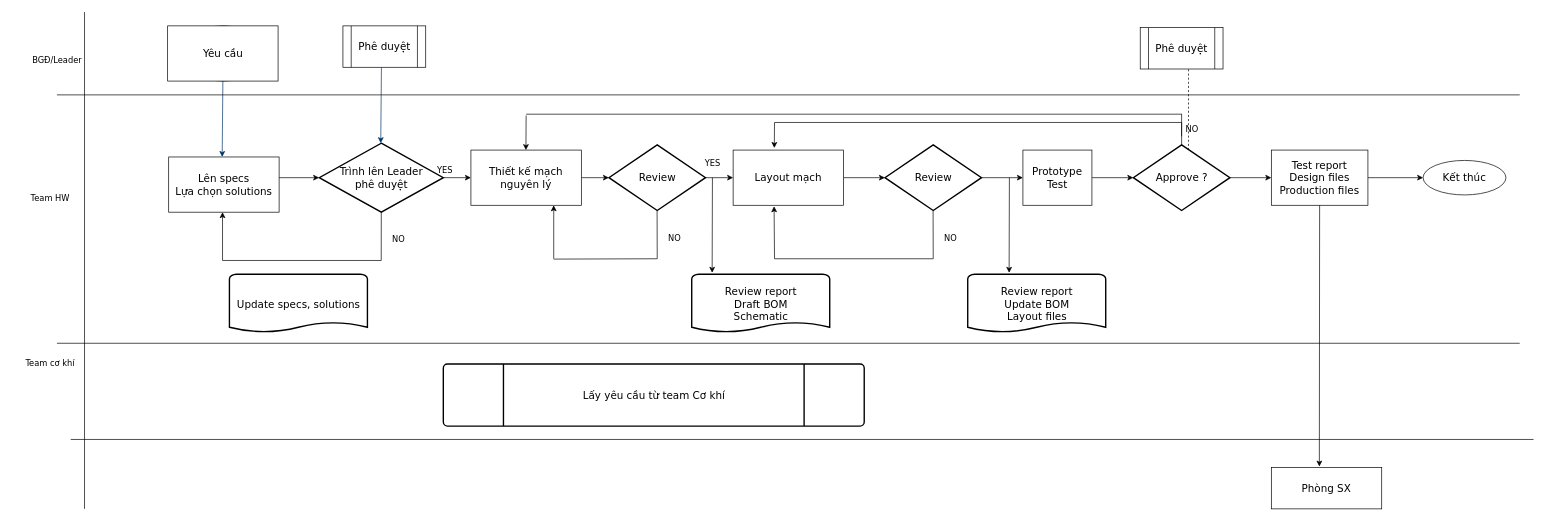
The draw.io diagram QuyTrinh.drawio in anhvanthe/01_my_drawio, before the edit. Source tidied: cells renumbered, new cells numbered last; positions are measured from the earlier drawing's top-left corner, leaving out a move shared by most shapes. Both pictures are drawn from the tidied source at 69%, with x=0, y=0 at pixel (19, 12).
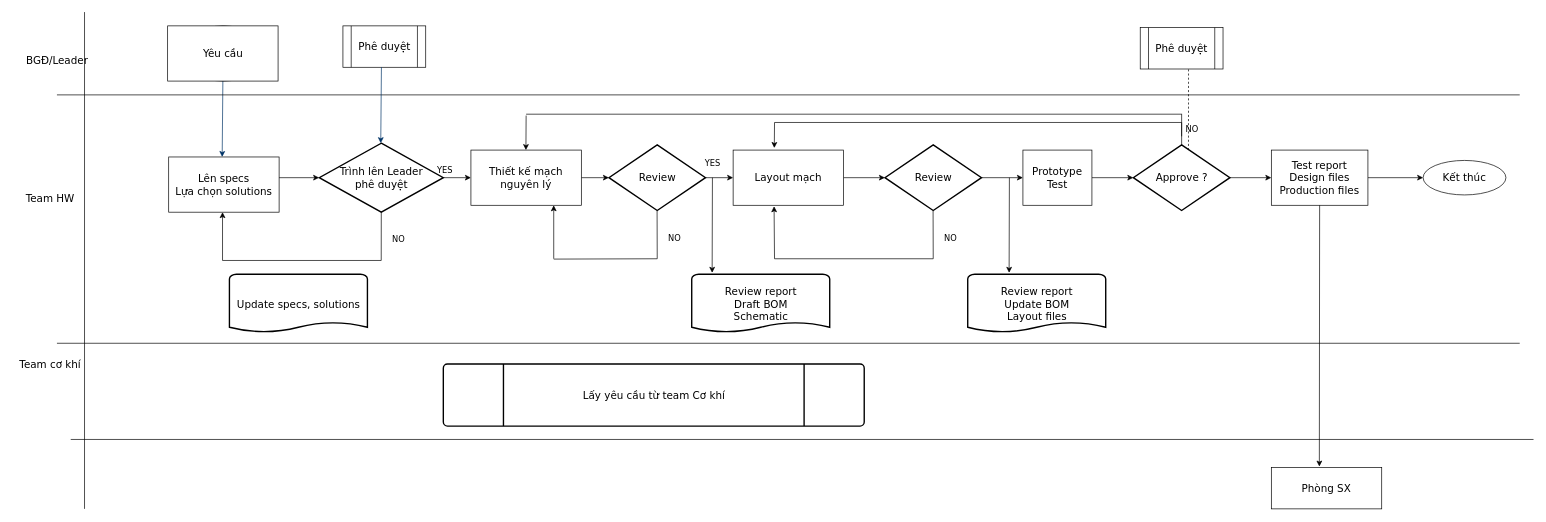
Above is the later version.

Diff of the diagram source:
```diff
@@
-    <mxCell id="24" value="BGĐ/Leader" style="text;html=1;align=center;verticalAlign=middle;fontFamily=Verdana;" parent="1" vertex="1">
-      <mxGeometry x="10" y="60" width="90" height="20" as="geometry" />
+    <mxCell id="24" value="BGĐ/Leader" style="text;html=1;align=center;verticalAlign=middle;fontFamily=Verdana;fontSize=15;" parent="1" vertex="1">
+      <mxGeometry y="60" width="110" height="20" as="geometry" />
     </mxCell>
-    <mxCell id="25" value="Team HW" style="text;html=1;align=center;verticalAlign=middle;fontFamily=Verdana;" parent="1" vertex="1">
-      <mxGeometry x="10" y="260" width="70" height="20" as="geometry" />
+    <mxCell id="25" value="Team HW" style="text;html=1;align=center;verticalAlign=middle;fontFamily=Verdana;fontSize=15;" parent="1" vertex="1">
+      <mxGeometry y="260" width="90" height="20" as="geometry" />
     </mxCell>
-    <mxCell id="26" value="Team cơ khí" style="text;html=1;align=center;verticalAlign=middle;fontFamily=Verdana;" parent="1" vertex="1">
-      <mxGeometry y="500" width="90" height="20" as="geometry" />
+    <mxCell id="26" value="Team cơ khí" style="text;html=1;align=center;verticalAlign=middle;fontFamily=Verdana;fontSize=15;" parent="1" vertex="1">
+      <mxGeometry x="-10" y="500" width="110" height="20" as="geometry" />
     </mxCell>
```
